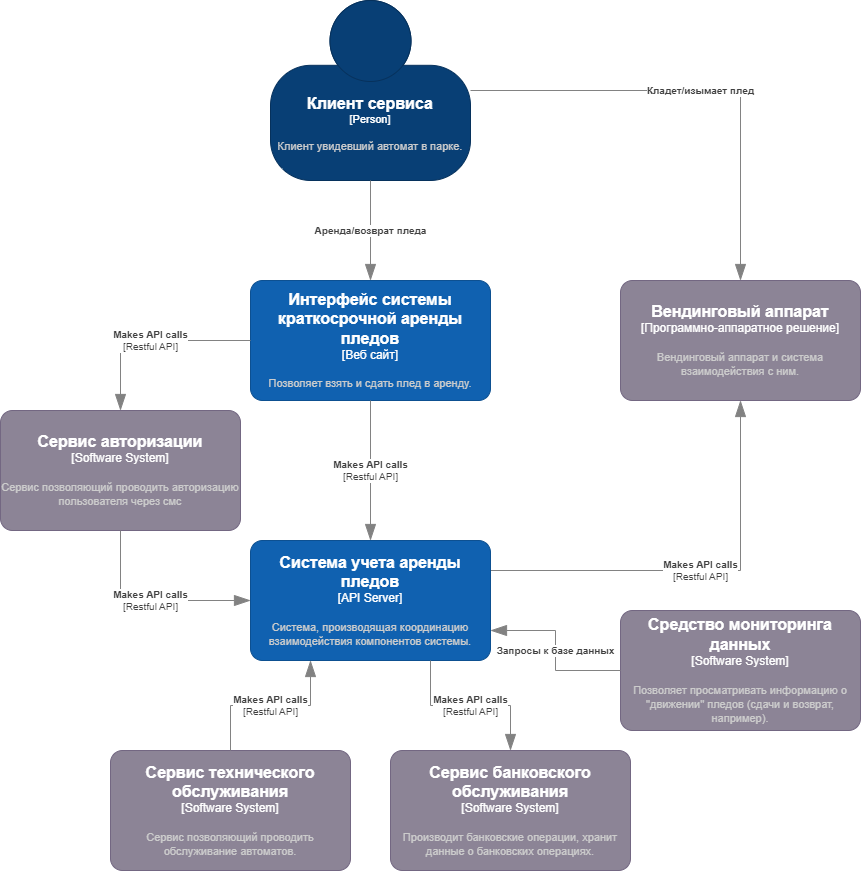
The draw.io diagram Lab Work №2/docs/Lab2-С1.drawio.png in k0perX-X/HSE_PAPS, before a commit. Source tidied: cells renumbered, new cells last; positions are measured from the earlier drawing's top-left corner, leaving out a move shared by most shapes.
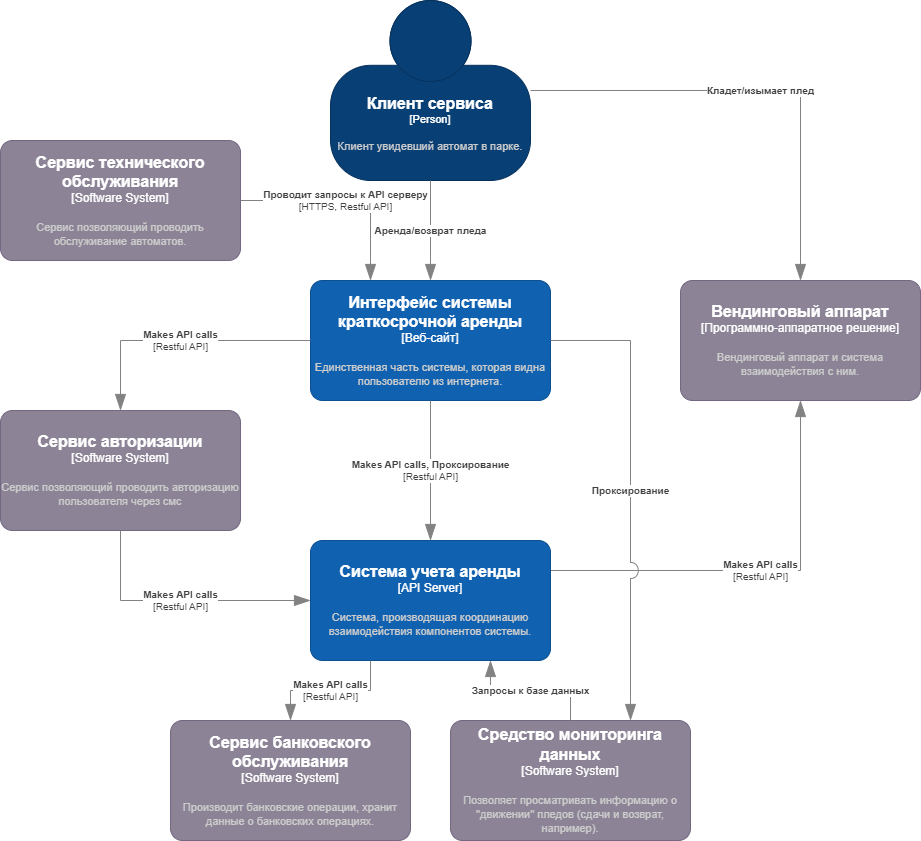
The same diagram one commit later.

The edit, as a diff of the source:
```diff
@@ -7,7 +7,7 @@
         <mxGeometry x="270" width="200" height="180" as="geometry" />
       </mxCell>
     </object>
-    <object id="3" label="&lt;font style=&quot;font-size: 16px&quot;&gt;&lt;b&gt;%c4Name%&lt;/b&gt;&lt;/font&gt;&lt;div&gt;[%c4Type%]&lt;/div&gt;&lt;br&gt;&lt;div&gt;&lt;font style=&quot;font-size: 11px&quot;&gt;&lt;font color=&quot;#cccccc&quot;&gt;%c4Description%&lt;/font&gt;&lt;/div&gt;" c4Description="Позволяет взять и сдать плед в аренду." c4Name="Интерфейс системы краткосрочной аренды пледов" c4Type="Веб сайт" placeholders="1">
+    <object id="3" label="&lt;font style=&quot;font-size: 16px&quot;&gt;&lt;b&gt;%c4Name%&lt;/b&gt;&lt;/font&gt;&lt;div&gt;[%c4Type%]&lt;/div&gt;&lt;br&gt;&lt;div&gt;&lt;font style=&quot;font-size: 11px&quot;&gt;&lt;font color=&quot;#cccccc&quot;&gt;%c4Description%&lt;/font&gt;&lt;/div&gt;" c4Description="Единственная часть системы, которая видна пользователю из интернета." c4Name="Интерфейс системы краткосрочной аренды" c4Type="Веб-сайт" placeholders="1">
       <mxCell style="rounded=1;whiteSpace=wrap;html=1;labelBackgroundColor=none;fillColor=#1061B0;fontColor=#ffffff;align=center;arcSize=10;strokeColor=#0D5091;points=[[0.25,0,0],[0.5,0,0],[0.75,0,0],[1,0.25,0],[1,0.5,0],[1,0.75,0],[0.75,1,0],[0.5,1,0],[0.25,1,0],[0,0.75,0],[0,0.5,0],[0,0.25,0]];" parent="1" vertex="1">
         <mxGeometry x="250" y="280" width="240" height="120" as="geometry" />
       </mxCell>
@@ -17,7 +17,7 @@
         <mxGeometry x="620" y="280" width="240" height="120" as="geometry" />
       </mxCell>
     </object>
-    <object id="5" label="&lt;div style=&quot;text-align: left&quot;&gt;&lt;div style=&quot;text-align: center&quot;&gt;&lt;b&gt;%c4Description%&lt;/b&gt;&lt;/div&gt;&lt;div style=&quot;text-align: center&quot;&gt;[%c4Technology%]&lt;/div&gt;&lt;/div&gt;" c4Description="Makes API calls" c4Technology="Restful API" c4Type="Relationship" placeholders="1">
+    <object id="5" label="&lt;div style=&quot;text-align: left&quot;&gt;&lt;div style=&quot;text-align: center&quot;&gt;&lt;b&gt;%c4Description%&lt;/b&gt;&lt;/div&gt;&lt;div style=&quot;text-align: center&quot;&gt;[%c4Technology%]&lt;/div&gt;&lt;/div&gt;" c4Description="Makes API calls, Проксирование" c4Technology="Restful API" c4Type="Relationship" placeholders="1">
       <mxCell style="endArrow=blockThin;html=1;fontSize=10;fontColor=#404040;strokeWidth=1;endFill=1;strokeColor=#828282;elbow=vertical;endSize=14;startSize=14;jumpStyle=arc;jumpSize=16;rounded=0;edgeStyle=orthogonalEdgeStyle;" parent="1" edge="1" source="3" target="9">
         <mxGeometry relative="1" as="geometry" />
       </mxCell>
@@ -37,63 +37,72 @@
         <mxGeometry relative="1" as="geometry" />
       </mxCell>
     </object>
-    <object id="9" label="&lt;font style=&quot;font-size: 16px&quot;&gt;&lt;b&gt;%c4Name%&lt;/b&gt;&lt;/font&gt;&lt;div&gt;[%c4Type%]&lt;/div&gt;&lt;br&gt;&lt;div&gt;&lt;font style=&quot;font-size: 11px&quot;&gt;&lt;font color=&quot;#cccccc&quot;&gt;%c4Description%&lt;/font&gt;&lt;/div&gt;" c4Description="Система, производящая координацию взаимодействия компонентов системы. " c4Name="Система учета аренды пледов" c4Type="API Server" placeholders="1">
+    <object id="9" label="&lt;font style=&quot;font-size: 16px&quot;&gt;&lt;b&gt;%c4Name%&lt;/b&gt;&lt;/font&gt;&lt;div&gt;[%c4Type%]&lt;/div&gt;&lt;br&gt;&lt;div&gt;&lt;font style=&quot;font-size: 11px&quot;&gt;&lt;font color=&quot;#cccccc&quot;&gt;%c4Description%&lt;/font&gt;&lt;/div&gt;" c4Description="Система, производящая координацию взаимодействия компонентов системы. " c4Name="Система учета аренды" c4Type="API Server" placeholders="1">
       <mxCell style="rounded=1;whiteSpace=wrap;html=1;labelBackgroundColor=none;fillColor=#1061B0;fontColor=#ffffff;align=center;arcSize=10;strokeColor=#0D5091;points=[[0.25,0,0],[0.5,0,0],[0.75,0,0],[1,0.25,0],[1,0.5,0],[1,0.75,0],[0.75,1,0],[0.5,1,0],[0.25,1,0],[0,0.75,0],[0,0.5,0],[0,0.25,0]];" parent="1" vertex="1">
         <mxGeometry x="250" y="540" width="240" height="120" as="geometry" />
       </mxCell>
     </object>
     <object id="10" label="&lt;font style=&quot;font-size: 16px&quot;&gt;&lt;b&gt;%c4Name%&lt;/b&gt;&lt;/font&gt;&lt;div&gt;[%c4Type%]&lt;/div&gt;&lt;br&gt;&lt;div&gt;&lt;font style=&quot;font-size: 11px&quot;&gt;&lt;font color=&quot;#cccccc&quot;&gt;%c4Description%&lt;/font&gt;&lt;/div&gt;" c4Description="Сервис позволяющий проводить обслуживание автоматов." c4Name="Сервис технического обслуживания" c4Type="Software System" placeholders="1">
       <mxCell style="rounded=1;whiteSpace=wrap;html=1;labelBackgroundColor=none;fillColor=#8C8496;fontColor=#ffffff;align=center;arcSize=10;strokeColor=#736782;points=[[0.25,0,0],[0.5,0,0],[0.75,0,0],[1,0.25,0],[1,0.5,0],[1,0.75,0],[0.75,1,0],[0.5,1,0],[0.25,1,0],[0,0.75,0],[0,0.5,0],[0,0.25,0]];" parent="1" vertex="1">
-        <mxGeometry x="110" y="750" width="240" height="120" as="geometry" />
+        <mxGeometry x="-60" y="140" width="240" height="120" as="geometry" />
       </mxCell>
     </object>
-    <object id="11" label="&lt;div style=&quot;text-align: left&quot;&gt;&lt;div style=&quot;text-align: center&quot;&gt;&lt;b&gt;%c4Description%&lt;/b&gt;&lt;/div&gt;&lt;div style=&quot;text-align: center&quot;&gt;[%c4Technology%]&lt;/div&gt;&lt;/div&gt;" c4Description="Makes API calls" c4Technology="Restful API" c4Type="Relationship" placeholders="1">
-      <mxCell style="endArrow=blockThin;html=1;fontSize=10;fontColor=#404040;strokeWidth=1;endFill=1;strokeColor=#828282;elbow=vertical;endSize=14;startSize=14;jumpStyle=arc;jumpSize=16;rounded=0;edgeStyle=orthogonalEdgeStyle;entryX=0.25;entryY=1;entryDx=0;entryDy=0;entryPerimeter=0;" parent="1" edge="1" source="10" target="9">
+    <object id="11" label="&lt;div style=&quot;text-align: left&quot;&gt;&lt;div style=&quot;text-align: center&quot;&gt;&lt;b&gt;%c4Description%&lt;/b&gt;&lt;/div&gt;&lt;div style=&quot;text-align: center&quot;&gt;[%c4Technology%]&lt;/div&gt;&lt;/div&gt;" c4Description="Проводит запросы к API серверу" c4Technology="HTTPS, Restful API" c4Type="Relationship" placeholders="1">
+      <mxCell style="endArrow=blockThin;html=1;fontSize=10;fontColor=#404040;strokeWidth=1;endFill=1;strokeColor=#828282;elbow=vertical;endSize=14;startSize=14;jumpStyle=arc;jumpSize=16;rounded=0;edgeStyle=orthogonalEdgeStyle;entryX=0.25;entryY=0;entryDx=0;entryDy=0;entryPerimeter=0;" parent="1" edge="1" source="10" target="3">
         <mxGeometry relative="1" as="geometry" />
       </mxCell>
     </object>
     <object id="12" label="&lt;font style=&quot;font-size: 16px&quot;&gt;&lt;b&gt;%c4Name%&lt;/b&gt;&lt;/font&gt;&lt;div&gt;[%c4Type%]&lt;/div&gt;&lt;br&gt;&lt;div&gt;&lt;font style=&quot;font-size: 11px&quot;&gt;&lt;font color=&quot;#cccccc&quot;&gt;%c4Description%&lt;/font&gt;&lt;/div&gt;" c4Description="Производит банковские операции, хранит данные о банковских операциях." c4Name="Сервис банковского обслуживания" c4Type="Software System" placeholders="1">
       <mxCell style="rounded=1;whiteSpace=wrap;html=1;labelBackgroundColor=none;fillColor=#8C8496;fontColor=#ffffff;align=center;arcSize=10;strokeColor=#736782;points=[[0.25,0,0],[0.5,0,0],[0.75,0,0],[1,0.25,0],[1,0.5,0],[1,0.75,0],[0.75,1,0],[0.5,1,0],[0.25,1,0],[0,0.75,0],[0,0.5,0],[0,0.25,0]];" parent="1" vertex="1">
-        <mxGeometry x="390" y="750" width="240" height="120" as="geometry" />
+        <mxGeometry x="110" y="720" width="240" height="120" as="geometry" />
       </mxCell>
     </object>
     <object id="13" label="&lt;div style=&quot;text-align: left&quot;&gt;&lt;div style=&quot;text-align: center&quot;&gt;&lt;b&gt;%c4Description%&lt;/b&gt;&lt;/div&gt;&lt;div style=&quot;text-align: center&quot;&gt;[%c4Technology%]&lt;/div&gt;&lt;/div&gt;" c4Description="Makes API calls" c4Technology="Restful API" c4Type="Relationship" placeholders="1">
-      <mxCell style="endArrow=blockThin;html=1;fontSize=10;fontColor=#404040;strokeWidth=1;endFill=1;strokeColor=#828282;elbow=vertical;endSize=14;startSize=14;jumpStyle=arc;jumpSize=16;rounded=0;edgeStyle=orthogonalEdgeStyle;exitX=0.75;exitY=1;exitDx=0;exitDy=0;exitPerimeter=0;" parent="1" edge="1" source="9" target="12">
+      <mxCell style="endArrow=blockThin;html=1;fontSize=10;fontColor=#404040;strokeWidth=1;endFill=1;strokeColor=#828282;elbow=vertical;endSize=14;startSize=14;jumpStyle=arc;jumpSize=16;rounded=0;edgeStyle=orthogonalEdgeStyle;exitX=0.25;exitY=1;exitDx=0;exitDy=0;exitPerimeter=0;" parent="1" edge="1" source="9" target="12">
         <mxGeometry relative="1" as="geometry" />
       </mxCell>
     </object>
     <object id="14" label="&lt;font style=&quot;font-size: 16px&quot;&gt;&lt;b&gt;%c4Name%&lt;/b&gt;&lt;/font&gt;&lt;div&gt;[%c4Type%]&lt;/div&gt;&lt;br&gt;&lt;div&gt;&lt;font style=&quot;font-size: 11px&quot;&gt;&lt;font color=&quot;#cccccc&quot;&gt;%c4Description%&lt;/font&gt;&lt;/div&gt;" c4Description="Сервис позволяющий проводить авторизацию пользователя через смс" c4Name="Сервис авторизации " c4Type="Software System" placeholders="1">
       <mxCell style="rounded=1;whiteSpace=wrap;html=1;labelBackgroundColor=none;fillColor=#8C8496;fontColor=#ffffff;align=center;arcSize=10;strokeColor=#736782;points=[[0.25,0,0],[0.5,0,0],[0.75,0,0],[1,0.25,0],[1,0.5,0],[1,0.75,0],[0.75,1,0],[0.5,1,0],[0.25,1,0],[0,0.75,0],[0,0.5,0],[0,0.25,0]];" parent="1" vertex="1">
-        <mxGeometry y="410" width="240" height="120" as="geometry" />
+        <mxGeometry x="-60" y="410" width="240" height="120" as="geometry" />
       </mxCell>
     </object>
     <object id="15" label="&lt;div style=&quot;text-align: left&quot;&gt;&lt;div style=&quot;text-align: center&quot;&gt;&lt;b&gt;%c4Description%&lt;/b&gt;&lt;/div&gt;&lt;div style=&quot;text-align: center&quot;&gt;[%c4Technology%]&lt;/div&gt;&lt;/div&gt;" c4Description="Makes API calls" c4Technology="Restful API" c4Type="Relationship" placeholders="1">
-      <mxCell style="endArrow=blockThin;html=1;fontSize=10;fontColor=#404040;strokeWidth=1;endFill=1;strokeColor=#828282;elbow=vertical;endSize=14;startSize=14;jumpStyle=arc;jumpSize=16;rounded=0;edgeStyle=orthogonalEdgeStyle;" parent="1" edge="1" source="3" target="14">
+      <mxCell style="endArrow=blockThin;html=1;fontSize=10;fontColor=#404040;strokeWidth=1;endFill=1;strokeColor=#828282;elbow=vertical;endSize=14;startSize=14;jumpStyle=arc;jumpSize=16;rounded=0;edgeStyle=orthogonalEdgeStyle;entryX=0.5;entryY=0;entryDx=0;entryDy=0;entryPerimeter=0;" parent="1" edge="1" source="3" target="14">
         <mxGeometry relative="1" as="geometry">
           <Array as="points">
-            <mxPoint x="120" y="340" />
+            <mxPoint x="60" y="340" />
           </Array>
         </mxGeometry>
       </mxCell>
     </object>
     <object id="16" label="&lt;div style=&quot;text-align: left&quot;&gt;&lt;div style=&quot;text-align: center&quot;&gt;&lt;b&gt;%c4Description%&lt;/b&gt;&lt;/div&gt;&lt;div style=&quot;text-align: center&quot;&gt;[%c4Technology%]&lt;/div&gt;&lt;/div&gt;" c4Description="Makes API calls" c4Technology="Restful API" c4Type="Relationship" placeholders="1">
-      <mxCell style="endArrow=blockThin;html=1;fontSize=10;fontColor=#404040;strokeWidth=1;endFill=1;strokeColor=#828282;elbow=vertical;endSize=14;startSize=14;jumpStyle=arc;jumpSize=16;rounded=0;edgeStyle=orthogonalEdgeStyle;entryX=0;entryY=0.5;entryDx=0;entryDy=0;entryPerimeter=0;" parent="1" edge="1" source="14" target="9">
+      <mxCell style="endArrow=blockThin;html=1;fontSize=10;fontColor=#404040;strokeWidth=1;endFill=1;strokeColor=#828282;elbow=vertical;endSize=14;startSize=14;jumpStyle=arc;jumpSize=16;rounded=0;edgeStyle=orthogonalEdgeStyle;entryX=0;entryY=0.5;entryDx=0;entryDy=0;entryPerimeter=0;exitX=0.5;exitY=1;exitDx=0;exitDy=0;exitPerimeter=0;" parent="1" edge="1" source="14" target="9">
         <mxGeometry relative="1" as="geometry">
           <Array as="points">
-            <mxPoint x="120" y="600" />
+            <mxPoint x="60" y="600" />
           </Array>
         </mxGeometry>
       </mxCell>
     </object>
     <object id="17" label="&lt;font style=&quot;font-size: 16px&quot;&gt;&lt;b&gt;%c4Name%&lt;/b&gt;&lt;/font&gt;&lt;div&gt;[%c4Type%]&lt;/div&gt;&lt;br&gt;&lt;div&gt;&lt;font style=&quot;font-size: 11px&quot;&gt;&lt;font color=&quot;#cccccc&quot;&gt;%c4Description%&lt;/font&gt;&lt;/div&gt;" c4Description="Позволяет просматривать информацию о &quot;движении&quot; пледов (сдачи и возврат, например)." c4Name="Средство мониторинга данных" c4Type="Software System" placeholders="1">
       <mxCell style="rounded=1;whiteSpace=wrap;html=1;labelBackgroundColor=none;fillColor=#8C8496;fontColor=#ffffff;align=center;arcSize=10;strokeColor=#736782;points=[[0.25,0,0],[0.5,0,0],[0.75,0,0],[1,0.25,0],[1,0.5,0],[1,0.75,0],[0.75,1,0],[0.5,1,0],[0.25,1,0],[0,0.75,0],[0,0.5,0],[0,0.25,0]];" parent="1" vertex="1">
-        <mxGeometry x="620" y="610" width="240" height="120" as="geometry" />
+        <mxGeometry x="390" y="720" width="240" height="120" as="geometry" />
       </mxCell>
     </object>
     <object id="18" label="&lt;div style=&quot;text-align: left&quot;&gt;&lt;div style=&quot;text-align: center&quot;&gt;&lt;b&gt;%c4Description%&lt;/b&gt;&lt;/div&gt;" c4Description="Запросы к базе данных" c4Type="Relationship" placeholders="1">
-      <mxCell style="endArrow=blockThin;html=1;fontSize=10;fontColor=#404040;strokeWidth=1;endFill=1;strokeColor=#828282;elbow=vertical;endSize=14;startSize=14;jumpStyle=arc;jumpSize=16;rounded=0;edgeStyle=orthogonalEdgeStyle;entryX=1;entryY=0.75;entryDx=0;entryDy=0;entryPerimeter=0;" parent="1" edge="1" source="17" target="9">
+      <mxCell style="endArrow=blockThin;html=1;fontSize=10;fontColor=#404040;strokeWidth=1;endFill=1;strokeColor=#828282;elbow=vertical;endSize=14;startSize=14;jumpStyle=arc;jumpSize=16;rounded=0;edgeStyle=orthogonalEdgeStyle;entryX=0.75;entryY=1;entryDx=0;entryDy=0;entryPerimeter=0;" parent="1" edge="1" source="17" target="9">
         <mxGeometry relative="1" as="geometry" />
       </mxCell>
     </object>
+    <object id="19" label="&lt;div style=&quot;text-align: left&quot;&gt;&lt;div style=&quot;text-align: center&quot;&gt;&lt;b&gt;%c4Description%&lt;/b&gt;&lt;/div&gt;" c4Description="Проксирование" c4Type="Relationship" placeholders="1">
+      <mxCell style="endArrow=blockThin;html=1;fontSize=10;fontColor=#404040;strokeWidth=1;endFill=1;strokeColor=#828282;elbow=vertical;endSize=14;startSize=14;jumpStyle=arc;jumpSize=16;rounded=0;edgeStyle=orthogonalEdgeStyle;entryX=0.75;entryY=0;entryDx=0;entryDy=0;entryPerimeter=0;" parent="1" edge="1" source="3" target="17">
+        <mxGeometry relative="1" as="geometry">
+          <Array as="points">
+            <mxPoint x="570" y="340" />
+          </Array>
+        </mxGeometry>
+      </mxCell>
+    </object>
   </root>
 </mxGraphModel>
```
